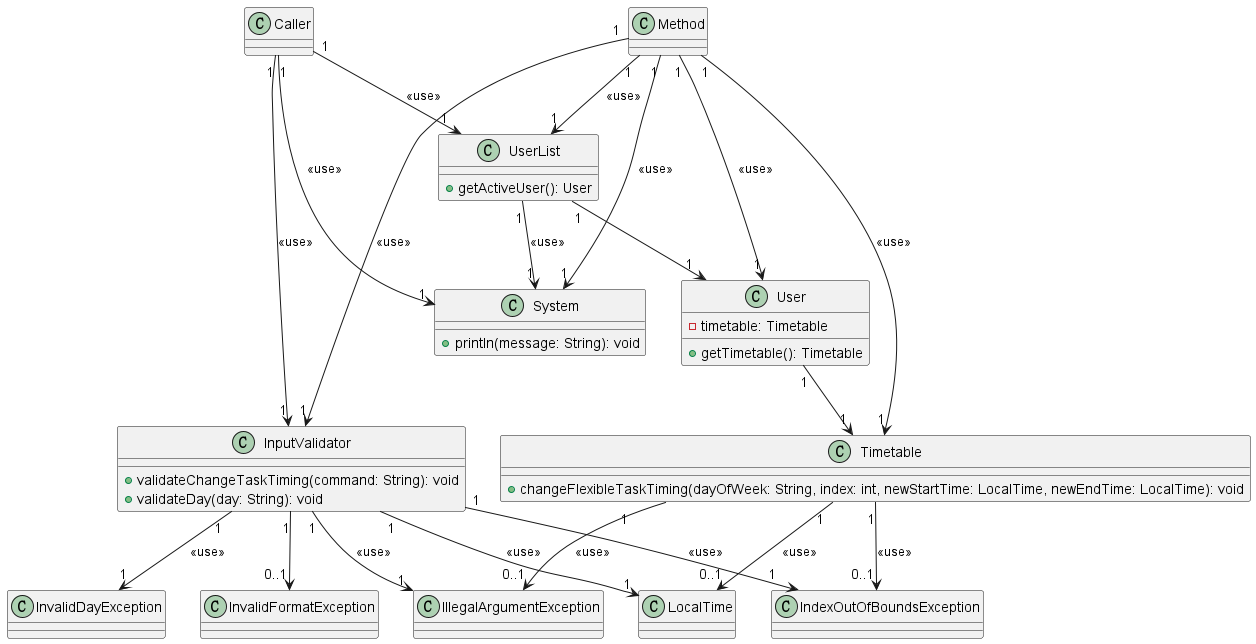
The PlantUML diagram docs/diagram/changeTaskTimingClassDiagram.png in ZhuSijia0711/tp, before a commit. Source of this version:
```plantuml
@startuml
class InputValidator {
    +validateChangeTaskTiming(command: String): void
    +validateDay(day: String): void
}

class UserList {
    +getActiveUser(): User
}

class User {
    -timetable: Timetable
    +getTimetable(): Timetable
}

class Timetable {
    +changeFlexibleTaskTiming(dayOfWeek: String, index: int, newStartTime: LocalTime, newEndTime: LocalTime): void
}

class IndexOutOfBoundsException
class IllegalArgumentException

class System {
    +println(message: String): void
}

class LocalTime
class InvalidDayException
class InvalidFormatException

InputValidator "1" --> "0..1" InvalidFormatException
UserList "1" --> "1" User
User "1" --> "1" Timetable

Caller "1" --> "1" InputValidator: <<use>>
Caller "1" --> "1" UserList: <<use>>
Caller "1" --> "1" System: <<use>>
UserList "1" --> "1" System: <<use>>
InputValidator "1" --> "1" InvalidDayException: <<use>>
InputValidator "1" --> "1" IndexOutOfBoundsException: <<use>>
InputValidator "1" --> "1" IllegalArgumentException: <<use>>
InputValidator "1" --> "1" LocalTime: <<use>>
Method "1" --> "1" InputValidator: <<use>>
Method "1" --> "1" UserList: <<use>>
Method "1" --> "1" User: <<use>>
Method "1" --> "1" Timetable: <<use>>
Method "1" --> "1" System: <<use>>
Timetable "1" --> "0..1" LocalTime: <<use>>
Timetable "1" --> "0..1" IndexOutOfBoundsException: <<use>>
Timetable "1" --> "0..1" IllegalArgumentException: <<use>>
@enduml
```
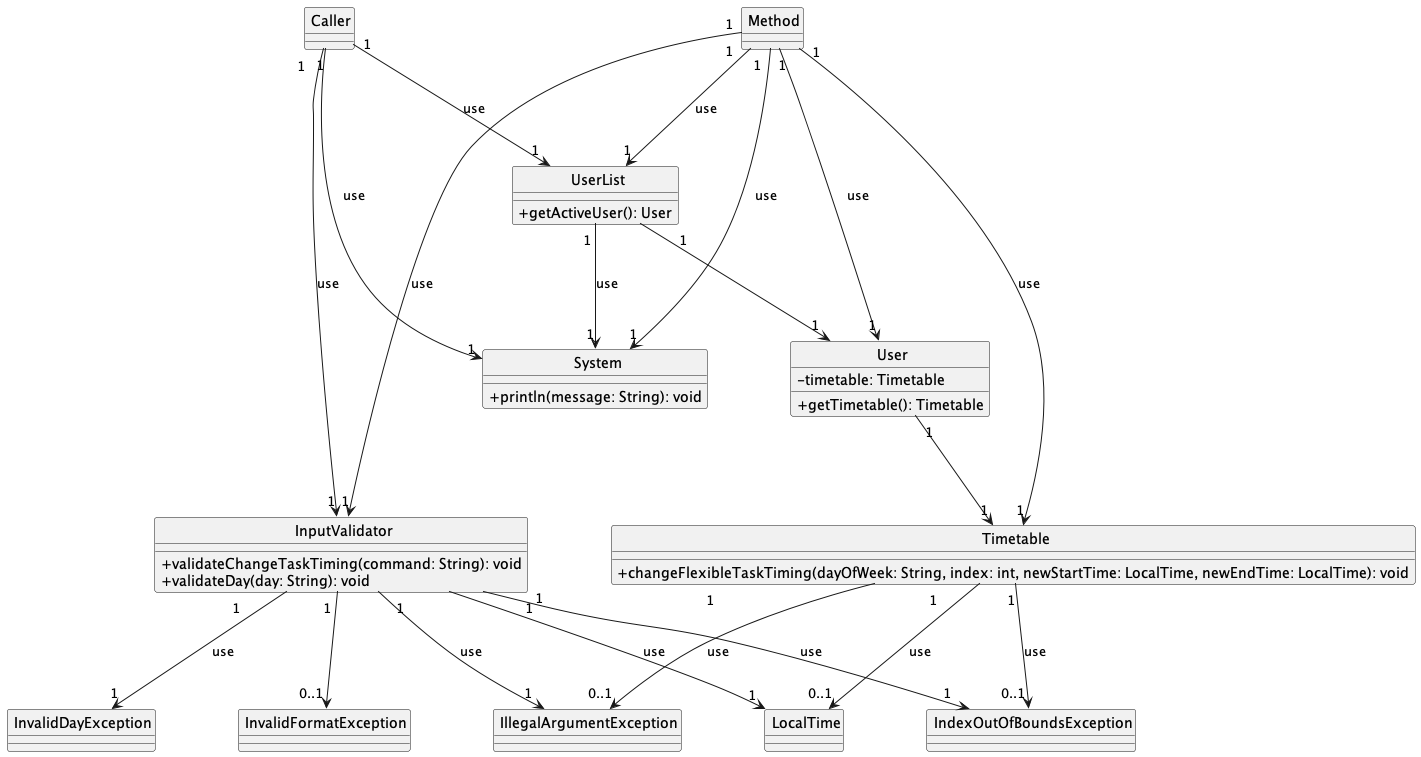
After the commit.

The edit, as a diff of the source:
```diff
@@ -1,4 +1,7 @@
 @startuml
+skinparam classAttributeIconSize 0
+skinparam CircledCharacterFontSize 0
+skinparam CircledCharacterRadius 0
 class InputValidator {
     +validateChangeTaskTiming(command: String): void
     +validateDay(day: String): void
@@ -32,20 +35,20 @@
 UserList "1" --> "1" User
 User "1" --> "1" Timetable
 
-Caller "1" --> "1" InputValidator: <<use>>
-Caller "1" --> "1" UserList: <<use>>
-Caller "1" --> "1" System: <<use>>
-UserList "1" --> "1" System: <<use>>
-InputValidator "1" --> "1" InvalidDayException: <<use>>
-InputValidator "1" --> "1" IndexOutOfBoundsException: <<use>>
-InputValidator "1" --> "1" IllegalArgumentException: <<use>>
-InputValidator "1" --> "1" LocalTime: <<use>>
-Method "1" --> "1" InputValidator: <<use>>
-Method "1" --> "1" UserList: <<use>>
-Method "1" --> "1" User: <<use>>
-Method "1" --> "1" Timetable: <<use>>
-Method "1" --> "1" System: <<use>>
-Timetable "1" --> "0..1" LocalTime: <<use>>
-Timetable "1" --> "0..1" IndexOutOfBoundsException: <<use>>
-Timetable "1" --> "0..1" IllegalArgumentException: <<use>>
+Caller "1" --> "1" InputValidator: use
+Caller "1" --> "1" UserList: use
+Caller "1" --> "1" System: use
+UserList "1" --> "1" System: use
+InputValidator "1" --> "1" InvalidDayException: use
+InputValidator "1" --> "1" IndexOutOfBoundsException: use
+InputValidator "1" --> "1" IllegalArgumentException: use
+InputValidator "1" --> "1" LocalTime: use
+Method "1" --> "1" InputValidator: use
+Method "1" --> "1" UserList: use
+Method "1" --> "1" User: use
+Method "1" --> "1" Timetable: use
+Method "1" --> "1" System: use
+Timetable "1" --> "0..1" LocalTime: use
+Timetable "1" --> "0..1" IndexOutOfBoundsException: use
+Timetable "1" --> "0..1" IllegalArgumentException: use
 @enduml
```
